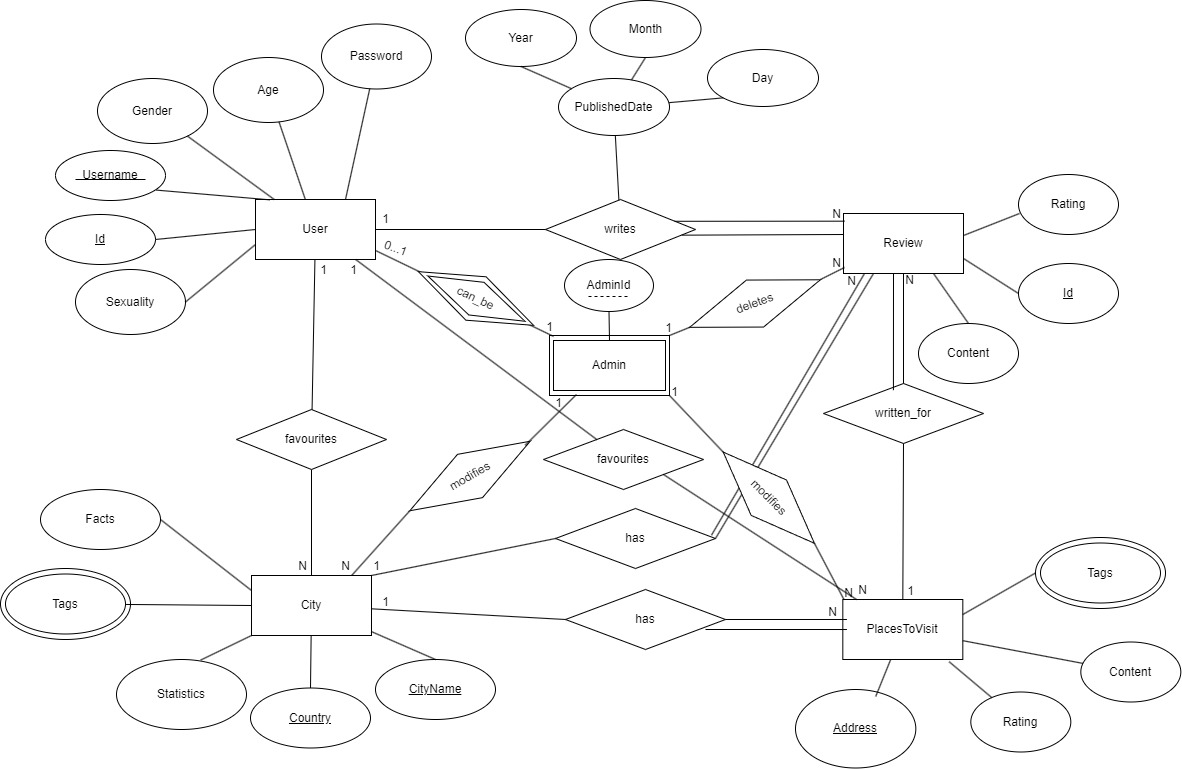
Before: images/er_diagram.png, a diagram exported from draw.io (ManelyAbbasi/EURO-TOUR). Source tidied: cells renumbered, new cells last; positions are measured from the earlier drawing's top-left corner, leaving out a move shared by most shapes.
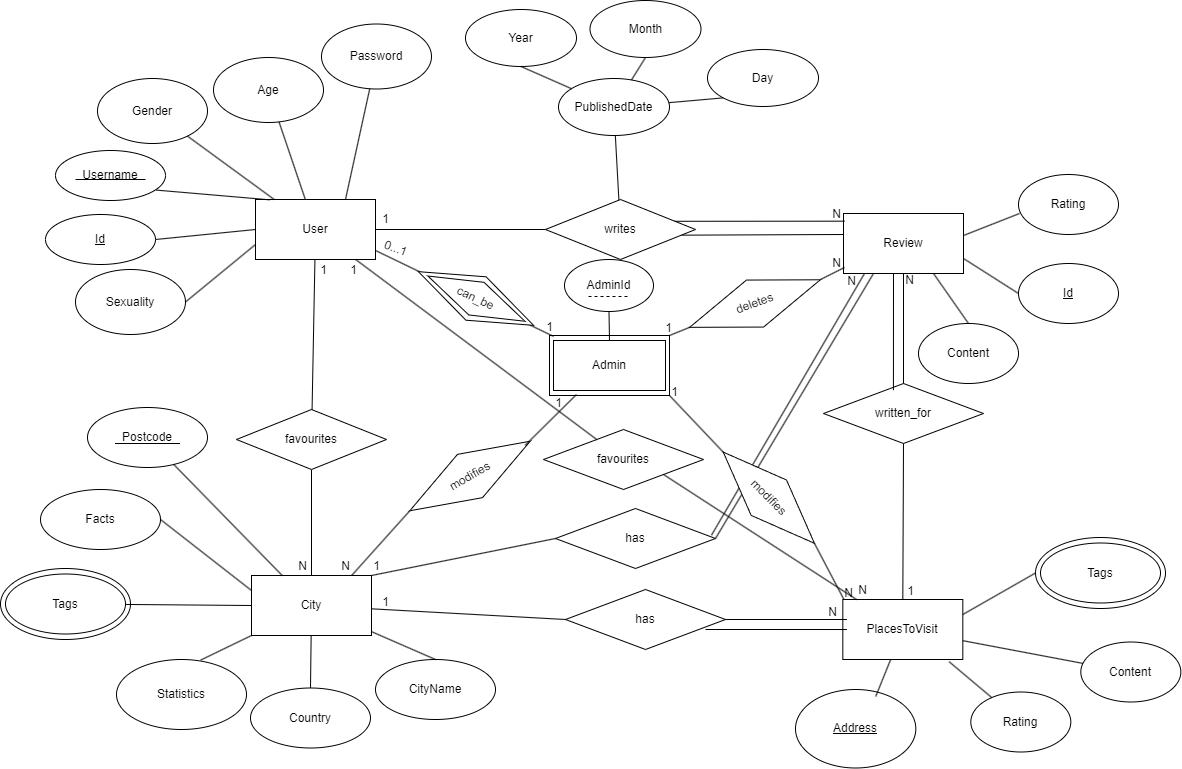
The same file after the commit.

Commit message:
#5 Update er-diagram to include postcode for city

Change to the diagram source:
```diff
@@ -53,7 +53,7 @@
     <mxCell id="18" style="endArrow=none;html=1;rounded=0;entryX=0;entryY=1;entryDx=0;entryDy=0;exitX=0.648;exitY=0.008;exitDx=0;exitDy=0;exitPerimeter=0;" parent="1" edge="1" source="16" target="11">
       <mxGeometry relative="1" as="geometry" />
     </mxCell>
-    <mxCell id="19" value="&lt;u&gt;Country&lt;/u&gt;" style="ellipse;whiteSpace=wrap;html=1;" parent="1" vertex="1">
+    <mxCell id="19" value="Country" style="ellipse;whiteSpace=wrap;html=1;" parent="1" vertex="1">
       <mxGeometry x="250" y="687.5" width="120" height="60" as="geometry" />
     </mxCell>
     <mxCell id="20" style="endArrow=none;html=1;rounded=0;exitX=0.881;exitY=0.413;exitDx=0;exitDy=0;exitPerimeter=0;entryX=0.8;entryY=0.289;entryDx=0;entryDy=0;entryPerimeter=0;" parent="1" edge="1">
@@ -71,7 +71,7 @@
     <mxCell id="23" value="&lt;u&gt;Address&lt;/u&gt;" style="ellipse;whiteSpace=wrap;html=1;" parent="1" vertex="1">
       <mxGeometry x="795" y="689" width="120.3" height="78.5" as="geometry" />
     </mxCell>
-    <mxCell id="24" value="&lt;u&gt;CityName&lt;/u&gt;" style="ellipse;whiteSpace=wrap;html=1;" parent="1" vertex="1">
+    <mxCell id="24" value="CityName" style="ellipse;whiteSpace=wrap;html=1;" parent="1" vertex="1">
       <mxGeometry x="375" y="659" width="120" height="60" as="geometry" />
     </mxCell>
     <mxCell id="25" value="1" style="text;html=1;align=center;verticalAlign=middle;strokeColor=none;fillColor=none;" parent="1" vertex="1">
@@ -369,5 +369,17 @@
         <mxPoint x="75" y="179" as="targetPoint" />
       </mxGeometry>
     </mxCell>
+    <mxCell id="113" value="Postcode" style="ellipse;whiteSpace=wrap;html=1;" parent="1" vertex="1">
+      <mxGeometry x="87" y="407" width="120" height="60" as="geometry" />
+    </mxCell>
+    <mxCell id="114" style="endArrow=none;html=1;rounded=0;entryX=0.5;entryY=0;entryDx=0;entryDy=0;" parent="1" edge="1">
+      <mxGeometry relative="1" as="geometry">
+        <mxPoint x="114.5" y="443" as="sourcePoint" />
+        <mxPoint x="179.5" y="443" as="targetPoint" />
+      </mxGeometry>
+    </mxCell>
+    <mxCell id="115" style="endArrow=none;html=1;rounded=0;" parent="1" edge="1" source="11" target="113">
+      <mxGeometry relative="1" as="geometry" />
+    </mxCell>
   </root>
 </mxGraphModel>
```
